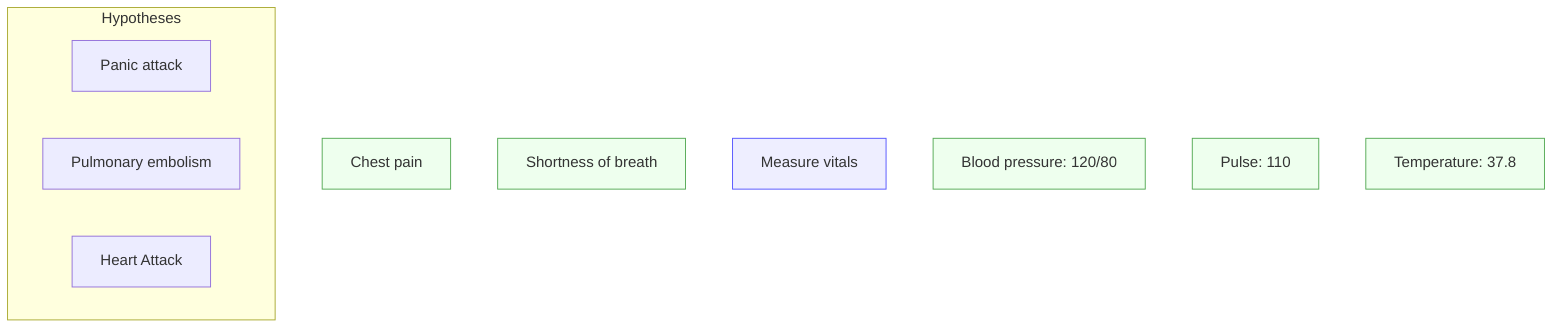
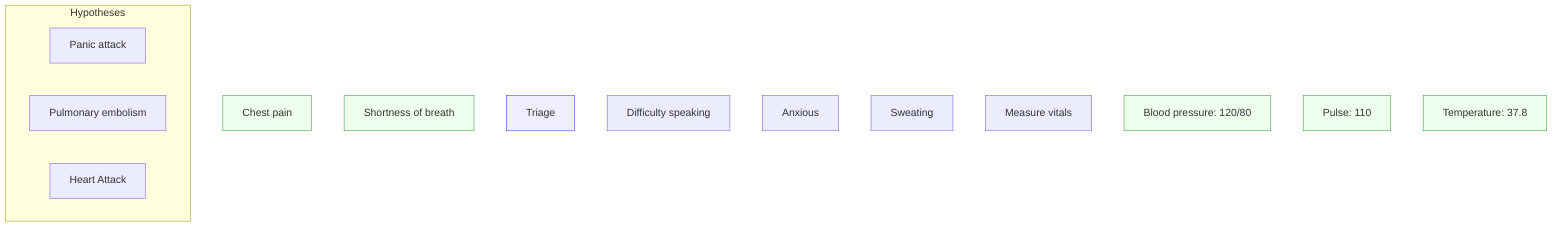
flowchart TD
  O1["Chest pain"]
  O2["Shortness of breath"]
-   A1["Measure vitals"]
+   A1["Triage"]
+   O6["Difficulty speaking"]
+   O7["Anxious"]
+   O8["Sweating"]
+   A2["Measure vitals"]
  O3["Blood pressure: 120/80"]
  O4["Pulse: 110"]
  O5["Temperature: 37.8"]

  classDef obs fill:#efe,stroke:#5a5;
  classDef action fill:#eef,stroke:#55f;

  class O1 obs
  class O2 obs
  class O3 obs
  class O4 obs
  class O5 obs
  class A1 action

subgraph Hypotheses
  H1["Panic attack"]
  H2["Pulmonary embolism"]
  H3["Heart Attack"]
end

